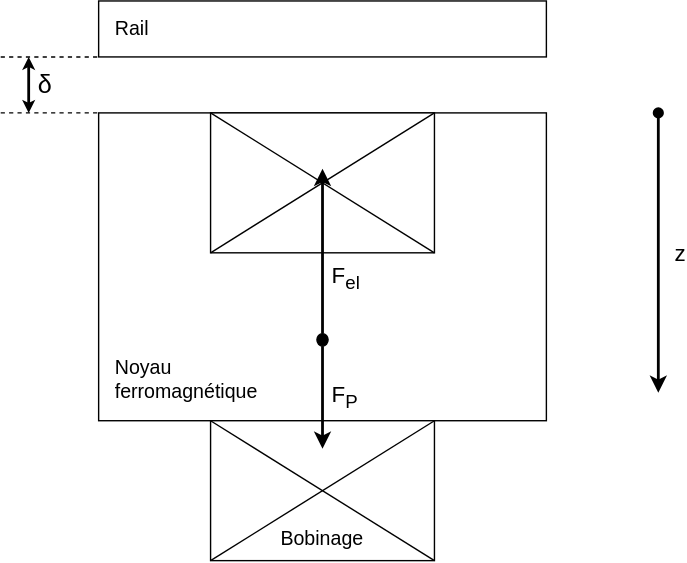
This is assets/Chap4/Bobine.svg from ulucinar-can/template-tb, a draw.io export, as it was before one commit. Source tidied: cells renumbered, new cells last; positions are measured from the earlier drawing's top-left corner, leaving out a move shared by most shapes. Source of this version:
```xml
<mxGraphModel>
  <root>
    <mxCell id="0" />
    <mxCell id="1" parent="0" />
    <mxCell id="2" value="Rail" style="rounded=0;whiteSpace=wrap;html=1;align=left;verticalAlign=top;spacingLeft=10;spacingTop=5;fontSize=14;" parent="1" vertex="1">
      <mxGeometry x="70" width="320" height="40" as="geometry" />
    </mxCell>
    <mxCell id="3" value="Noyau&lt;br&gt;ferromagnétique" style="rounded=0;whiteSpace=wrap;html=1;align=left;verticalAlign=bottom;spacingLeft=10;spacingBottom=10;fontSize=14;" parent="1" vertex="1">
      <mxGeometry x="70" y="80" width="320" height="220" as="geometry" />
    </mxCell>
    <mxCell id="4" style="rounded=0;whiteSpace=wrap;html=1;" parent="1" vertex="1">
      <mxGeometry x="150" y="80" width="160" height="100" as="geometry" />
    </mxCell>
    <mxCell id="5" style="endArrow=none;html=1;exitX=0;exitY=0;entryX=1;entryY=1;" parent="1" edge="1" source="4" target="4">
      <mxGeometry relative="1" as="geometry" />
    </mxCell>
    <mxCell id="6" style="endArrow=none;html=1;exitX=0;exitY=1;entryX=1;entryY=0;" parent="1" edge="1" source="4" target="4">
      <mxGeometry relative="1" as="geometry" />
    </mxCell>
    <mxCell id="7" value="Bobinage" style="rounded=0;whiteSpace=wrap;html=1;verticalAlign=bottom;spacingBottom=5;fontSize=14;" parent="1" vertex="1">
      <mxGeometry x="150" y="300" width="160" height="100" as="geometry" />
    </mxCell>
    <mxCell id="8" style="endArrow=none;html=1;exitX=0;exitY=0;entryX=1;entryY=1;" parent="1" edge="1" source="7" target="7">
      <mxGeometry relative="1" as="geometry" />
    </mxCell>
    <mxCell id="9" style="endArrow=none;html=1;exitX=0;exitY=1;entryX=1;entryY=0;" parent="1" edge="1" source="7" target="7">
      <mxGeometry relative="1" as="geometry" />
    </mxCell>
    <mxCell id="10" value="z" style="endArrow=classic;html=1;strokeWidth=2;startArrow=oval;startFill=1;fontSize=16;labelBackgroundColor=none;labelPosition=right;verticalLabelPosition=middle;align=left;spacingLeft=10;" parent="1" edge="1">
      <mxGeometry relative="1" as="geometry">
        <mxPoint x="470" y="80" as="sourcePoint" />
        <mxPoint x="470" y="280" as="targetPoint" />
      </mxGeometry>
    </mxCell>
    <mxCell id="11" value="&amp;delta;" style="endArrow=classic;html=1;strokeWidth=2;fontSize=18;labelBackgroundColor=none;labelPosition=right;verticalLabelPosition=middle;align=left;spacingLeft=5;startArrow=classic;startFill=1;startSize=3;endSize=3;" parent="1" edge="1">
      <mxGeometry relative="1" as="geometry">
        <mxPoint x="20" y="40" as="sourcePoint" />
        <mxPoint x="20" y="80" as="targetPoint" />
      </mxGeometry>
    </mxCell>
    <mxCell id="12" style="endArrow=none;dashed=1;html=1;rounded=0;entryX=0;entryY=0;entryDx=0;entryDy=0;" parent="1" edge="1" target="3">
      <mxGeometry relative="1" as="geometry">
        <mxPoint y="80" as="sourcePoint" />
      </mxGeometry>
    </mxCell>
    <mxCell id="13" style="endArrow=none;dashed=1;html=1;rounded=0;entryX=0;entryY=0;entryDx=0;entryDy=0;" parent="1" edge="1">
      <mxGeometry relative="1" as="geometry">
        <mxPoint y="40" as="sourcePoint" />
        <mxPoint x="70" y="40" as="targetPoint" />
      </mxGeometry>
    </mxCell>
    <mxCell id="14" style="ellipse;whiteSpace=wrap;html=1;fillColor=#000000;labelPosition=right;verticalLabelPosition=bottom;align=left;verticalAlign=top;" parent="1" vertex="1">
      <mxGeometry x="226" y="237.8" width="8" height="8.9" as="geometry" />
    </mxCell>
    <mxCell id="15" value="F&lt;sub&gt;el&lt;/sub&gt;" style="endArrow=classic;html=1;strokeWidth=2;fontSize=16;labelBackgroundColor=none;verticalAlign=top;labelPosition=right;verticalLabelPosition=bottom;align=left;spacingLeft=5;" parent="1" edge="1">
      <mxGeometry relative="1" as="geometry">
        <mxPoint x="230" y="237.8" as="sourcePoint" />
        <mxPoint x="230" y="120" as="targetPoint" />
      </mxGeometry>
    </mxCell>
    <mxCell id="16" value="F&lt;sub&gt;P&lt;/sub&gt;" style="endArrow=classic;html=1;strokeWidth=2;fontSize=16;labelBackgroundColor=none;verticalAlign=middle;labelPosition=right;verticalLabelPosition=middle;align=left;spacingLeft=5;" parent="1" edge="1" source="14">
      <mxGeometry relative="1" as="geometry">
        <mxPoint x="230" y="320" as="targetPoint" />
      </mxGeometry>
    </mxCell>
  </root>
</mxGraphModel>
```
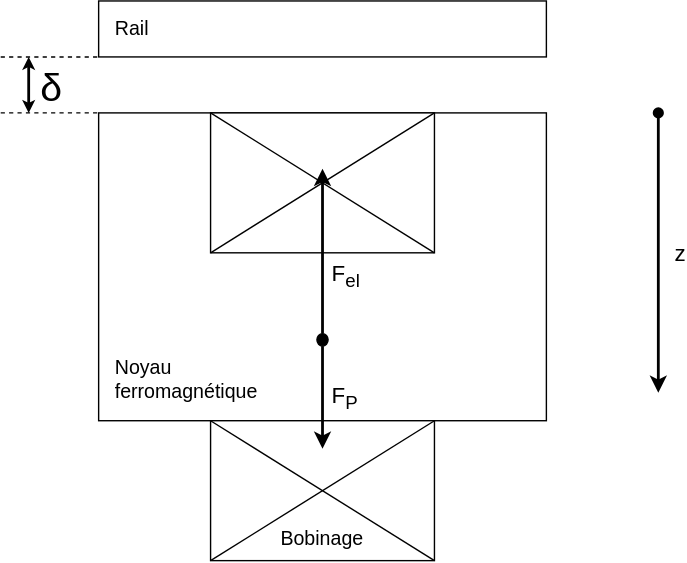
The same diagram one commit later.

Diff of the diagram source:
```diff
@@ -32,7 +32,7 @@
         <mxPoint x="470" y="280" as="targetPoint" />
       </mxGeometry>
     </mxCell>
-    <mxCell id="11" value="&amp;delta;" style="endArrow=classic;html=1;strokeWidth=2;fontSize=18;labelBackgroundColor=none;labelPosition=right;verticalLabelPosition=middle;align=left;spacingLeft=5;startArrow=classic;startFill=1;startSize=3;endSize=3;" parent="1" edge="1">
+    <mxCell id="11" style="endArrow=classic;html=1;strokeWidth=2;fontSize=18;labelBackgroundColor=none;labelPosition=right;verticalLabelPosition=middle;align=left;spacingLeft=5;startArrow=classic;startFill=1;startSize=3;endSize=3;" parent="1" edge="1">
       <mxGeometry relative="1" as="geometry">
         <mxPoint x="20" y="40" as="sourcePoint" />
         <mxPoint x="20" y="80" as="targetPoint" />
@@ -63,5 +63,8 @@
         <mxPoint x="230" y="320" as="targetPoint" />
       </mxGeometry>
     </mxCell>
+    <mxCell id="17" value="&lt;span style=&quot;color: rgb(0, 0, 0); text-align: left;&quot;&gt;&lt;font style=&quot;font-size: 28px;&quot;&gt;δ&lt;/font&gt;&lt;/span&gt;" style="text;html=1;align=center;verticalAlign=middle;strokeColor=none;fillColor=none;" parent="1" vertex="1">
+      <mxGeometry x="21" y="42" width="30" height="40" as="geometry" />
+    </mxCell>
   </root>
 </mxGraphModel>
```
